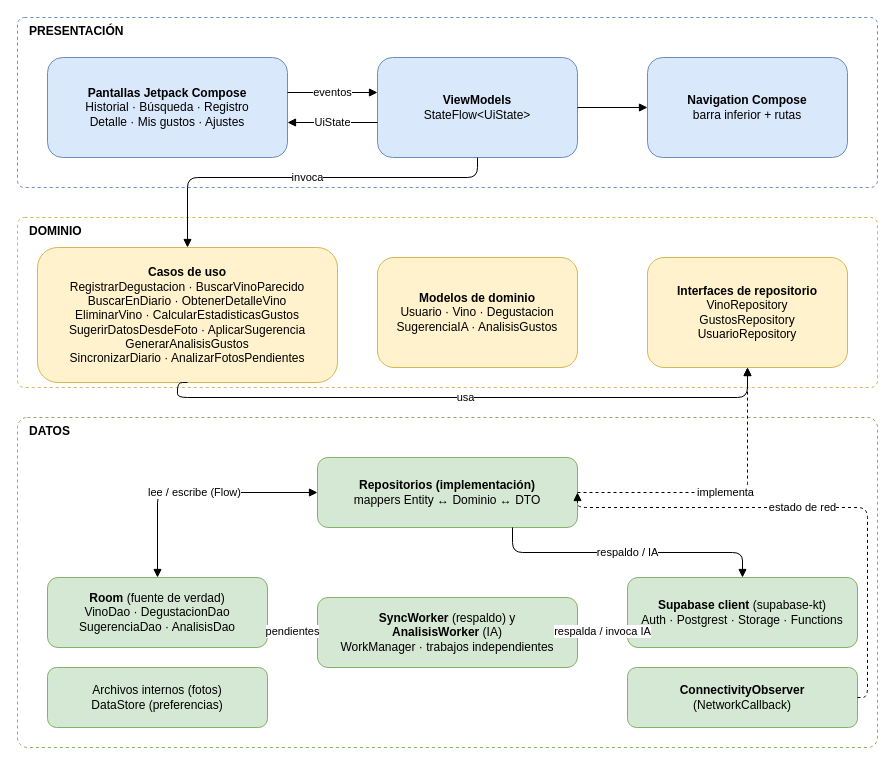
Before: page "Arquitectura en capas" (2 of 5) of docs/diagramas/sorbo.drawio in alejogarciabosio/sorbo-app, a draw.io diagram. Source tidied: cells renumbered, new cells numbered last; positions are measured from the earlier drawing's top-left corner, leaving out a move shared by most shapes. Both pictures are drawn from the tidied source at 100%, with x=0, y=0 at pixel (17, 17).
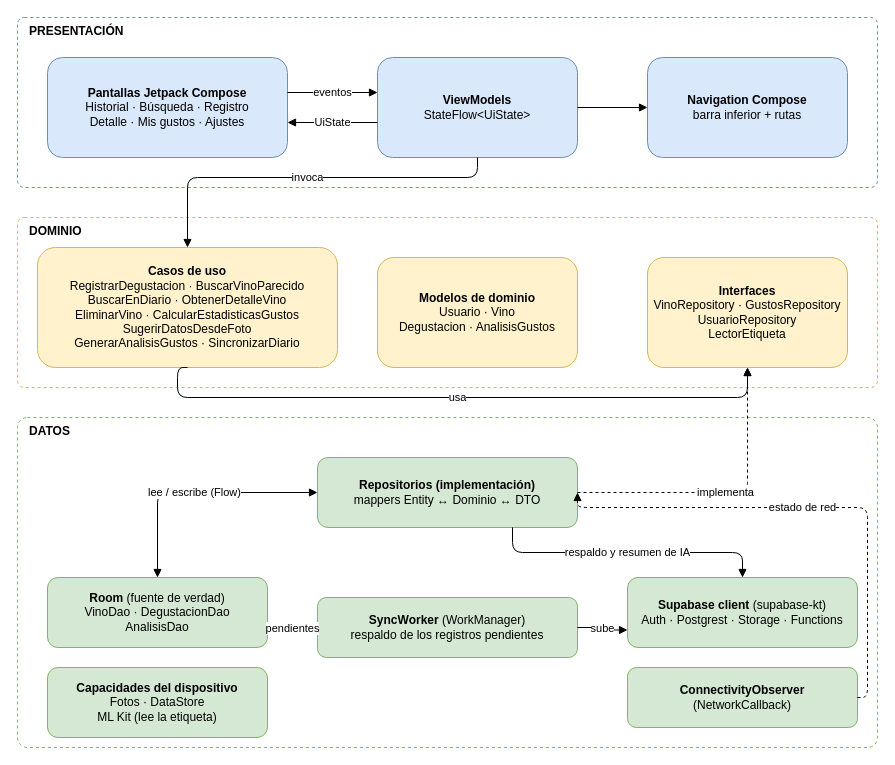
After the change.

Commit message (it also covers changes not shown here):
docs: diagramas con lectura local de etiquetas y respaldo sin servicios de IA

Unchanged cells that the change refers to:
```xml
<mxCell id="11" value="&lt;b&gt;Repositorios (implementación)&lt;/b&gt;&lt;br&gt;mappers Entity ↔ Dominio ↔ DTO" style="rounded=1;whiteSpace=wrap;html=1;fillColor=#d5e8d4;strokeColor=#82b366;" parent="1" vertex="1">
  <mxGeometry x="300" y="440" width="260" height="70" as="geometry" />
</mxCell>
<mxCell id="15" value="&lt;b&gt;Supabase client&lt;/b&gt; (supabase-kt)&lt;br&gt;Auth · Postgrest · Storage · Functions" style="rounded=1;whiteSpace=wrap;html=1;fillColor=#d5e8d4;strokeColor=#82b366;" parent="1" vertex="1">
  <mxGeometry x="610" y="560" width="230" height="70" as="geometry" />
</mxCell>
```

Change to the diagram source:
```diff
@@
-    <mxCell id="8" value="&lt;b&gt;Casos de uso&lt;/b&gt;&lt;br&gt;RegistrarDegustacion · BuscarVinoParecido&lt;br&gt;BuscarEnDiario · ObtenerDetalleVino&lt;br&gt;EliminarVino · CalcularEstadisticasGustos&lt;br&gt;SugerirDatosDesdeFoto · AplicarSugerencia&lt;br&gt;GenerarAnalisisGustos&lt;br&gt;SincronizarDiario · AnalizarFotosPendientes" style="rounded=1;whiteSpace=wrap;html=1;fillColor=#fff2cc;strokeColor=#d6b656;" parent="1" vertex="1">
-      <mxGeometry x="20" y="230" width="300" height="135" as="geometry" />
+    <mxCell id="8" value="&lt;b&gt;Casos de uso&lt;/b&gt;&lt;br&gt;RegistrarDegustacion · BuscarVinoParecido&lt;br&gt;BuscarEnDiario · ObtenerDetalleVino&lt;br&gt;EliminarVino · CalcularEstadisticasGustos&lt;br&gt;SugerirDatosDesdeFoto&lt;br&gt;GenerarAnalisisGustos · SincronizarDiario" style="rounded=1;whiteSpace=wrap;html=1;fillColor=#fff2cc;strokeColor=#d6b656;" parent="1" vertex="1">
+      <mxGeometry x="20" y="230" width="300" height="120" as="geometry" />
     </mxCell>
-    <mxCell id="9" value="&lt;b&gt;Modelos de dominio&lt;/b&gt;&lt;br&gt;Usuario · Vino · Degustacion&lt;br&gt;SugerenciaIA · AnalisisGustos" style="rounded=1;whiteSpace=wrap;html=1;fillColor=#fff2cc;strokeColor=#d6b656;" parent="1" vertex="1">
+    <mxCell id="9" value="&lt;b&gt;Modelos de dominio&lt;/b&gt;&lt;br&gt;Usuario · Vino&lt;br&gt;Degustacion · AnalisisGustos" style="rounded=1;whiteSpace=wrap;html=1;fillColor=#fff2cc;strokeColor=#d6b656;" parent="1" vertex="1">
       <mxGeometry x="360" y="240" width="200" height="110" as="geometry" />
     </mxCell>
-    <mxCell id="10" value="&lt;b&gt;Interfaces de repositorio&lt;/b&gt;&lt;br&gt;VinoRepository&lt;br&gt;GustosRepository&lt;br&gt;UsuarioRepository" style="rounded=1;whiteSpace=wrap;html=1;fillColor=#fff2cc;strokeColor=#d6b656;" parent="1" vertex="1">
+    <mxCell id="10" value="&lt;b&gt;Interfaces&lt;/b&gt;&lt;br&gt;VinoRepository · GustosRepository&lt;br&gt;UsuarioRepository&lt;br&gt;LectorEtiqueta" style="rounded=1;whiteSpace=wrap;html=1;fillColor=#fff2cc;strokeColor=#d6b656;" parent="1" vertex="1">
       <mxGeometry x="630" y="240" width="200" height="110" as="geometry" />
     </mxCell>
@@
-    <mxCell id="12" value="&lt;b&gt;Room&lt;/b&gt; (fuente de verdad)&lt;br&gt;VinoDao · DegustacionDao&lt;br&gt;SugerenciaDao · AnalisisDao" style="rounded=1;whiteSpace=wrap;html=1;fillColor=#d5e8d4;strokeColor=#82b366;" parent="1" vertex="1">
+    <mxCell id="12" value="&lt;b&gt;Room&lt;/b&gt; (fuente de verdad)&lt;br&gt;VinoDao · DegustacionDao&lt;br&gt;AnalisisDao" style="rounded=1;whiteSpace=wrap;html=1;fillColor=#d5e8d4;strokeColor=#82b366;" parent="1" vertex="1">
       <mxGeometry x="30" y="560" width="220" height="70" as="geometry" />
     </mxCell>
-    <mxCell id="13" value="Archivos internos (fotos)&lt;br&gt;DataStore (preferencias)" style="rounded=1;whiteSpace=wrap;html=1;fillColor=#d5e8d4;strokeColor=#82b366;" parent="1" vertex="1">
-      <mxGeometry x="30" y="650" width="220" height="60" as="geometry" />
+    <mxCell id="13" value="&lt;b&gt;Capacidades del dispositivo&lt;/b&gt;&lt;br&gt;Fotos · DataStore&lt;br&gt;ML Kit (lee la etiqueta)" style="rounded=1;whiteSpace=wrap;html=1;fillColor=#d5e8d4;strokeColor=#82b366;" parent="1" vertex="1">
+      <mxGeometry x="30" y="650" width="220" height="70" as="geometry" />
     </mxCell>
-    <mxCell id="14" value="&lt;b&gt;SyncWorker&lt;/b&gt; (respaldo) y&lt;br&gt;&lt;b&gt;AnalisisWorker&lt;/b&gt; (IA)&lt;br&gt;WorkManager · trabajos independientes" style="rounded=1;whiteSpace=wrap;html=1;fillColor=#d5e8d4;strokeColor=#82b366;" parent="1" vertex="1">
-      <mxGeometry x="300" y="580" width="260" height="70" as="geometry" />
+    <mxCell id="14" value="&lt;b&gt;SyncWorker&lt;/b&gt; (WorkManager)&lt;br&gt;respaldo de los registros pendientes" style="rounded=1;whiteSpace=wrap;html=1;fillColor=#d5e8d4;strokeColor=#82b366;" parent="1" vertex="1">
+      <mxGeometry x="300" y="580" width="260" height="60" as="geometry" />
     </mxCell>
@@
-    <mxCell id="23" value="respaldo / IA" style="edgeStyle=orthogonalEdgeStyle;html=1;endArrow=block;exitX=0.75;exitY=1;" parent="1" edge="1" source="11" target="15">
+    <mxCell id="23" value="respaldo y resumen de IA" style="edgeStyle=orthogonalEdgeStyle;html=1;endArrow=block;exitX=0.75;exitY=1;" parent="1" edge="1" source="11" target="15">
       <mxGeometry relative="1" as="geometry" />
     </mxCell>
@@
-    <mxCell id="25" value="respalda / invoca IA" style="edgeStyle=orthogonalEdgeStyle;html=1;endArrow=block;exitX=1;exitY=0.5;entryX=0;entryY=0.75;" parent="1" edge="1" source="14" target="15">
+    <mxCell id="25" value="sube" style="edgeStyle=orthogonalEdgeStyle;html=1;endArrow=block;exitX=1;exitY=0.5;entryX=0;entryY=0.75;" parent="1" edge="1" source="14" target="15">
       <mxGeometry relative="1" as="geometry" />
     </mxCell>
```
